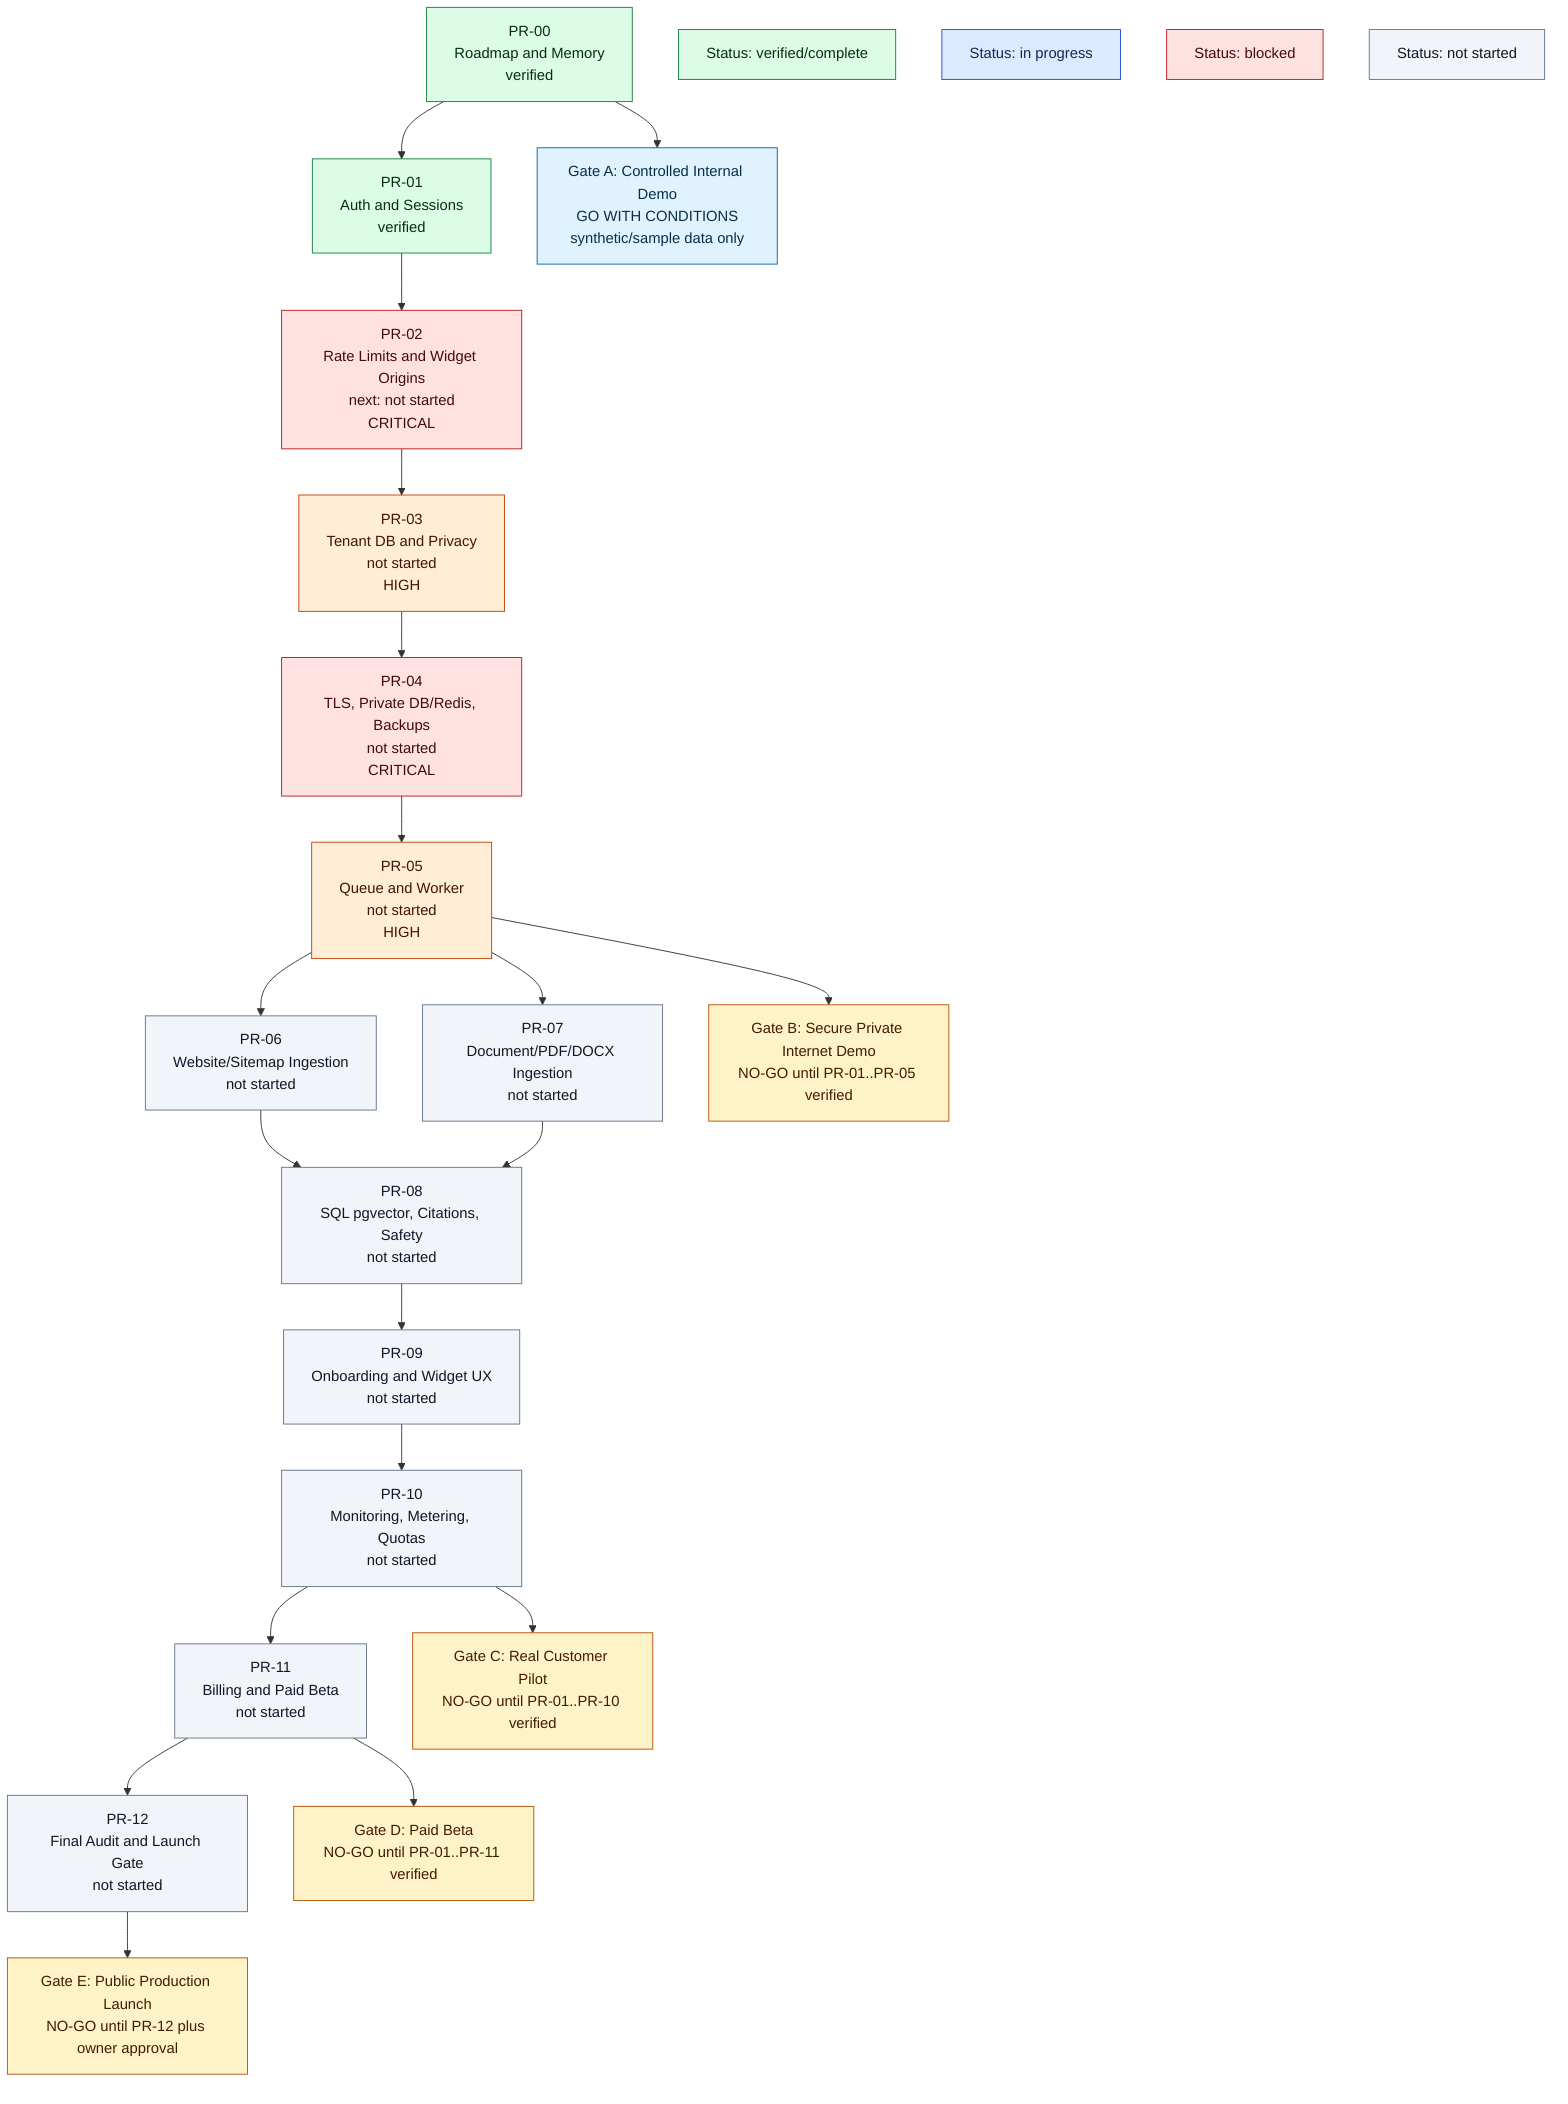
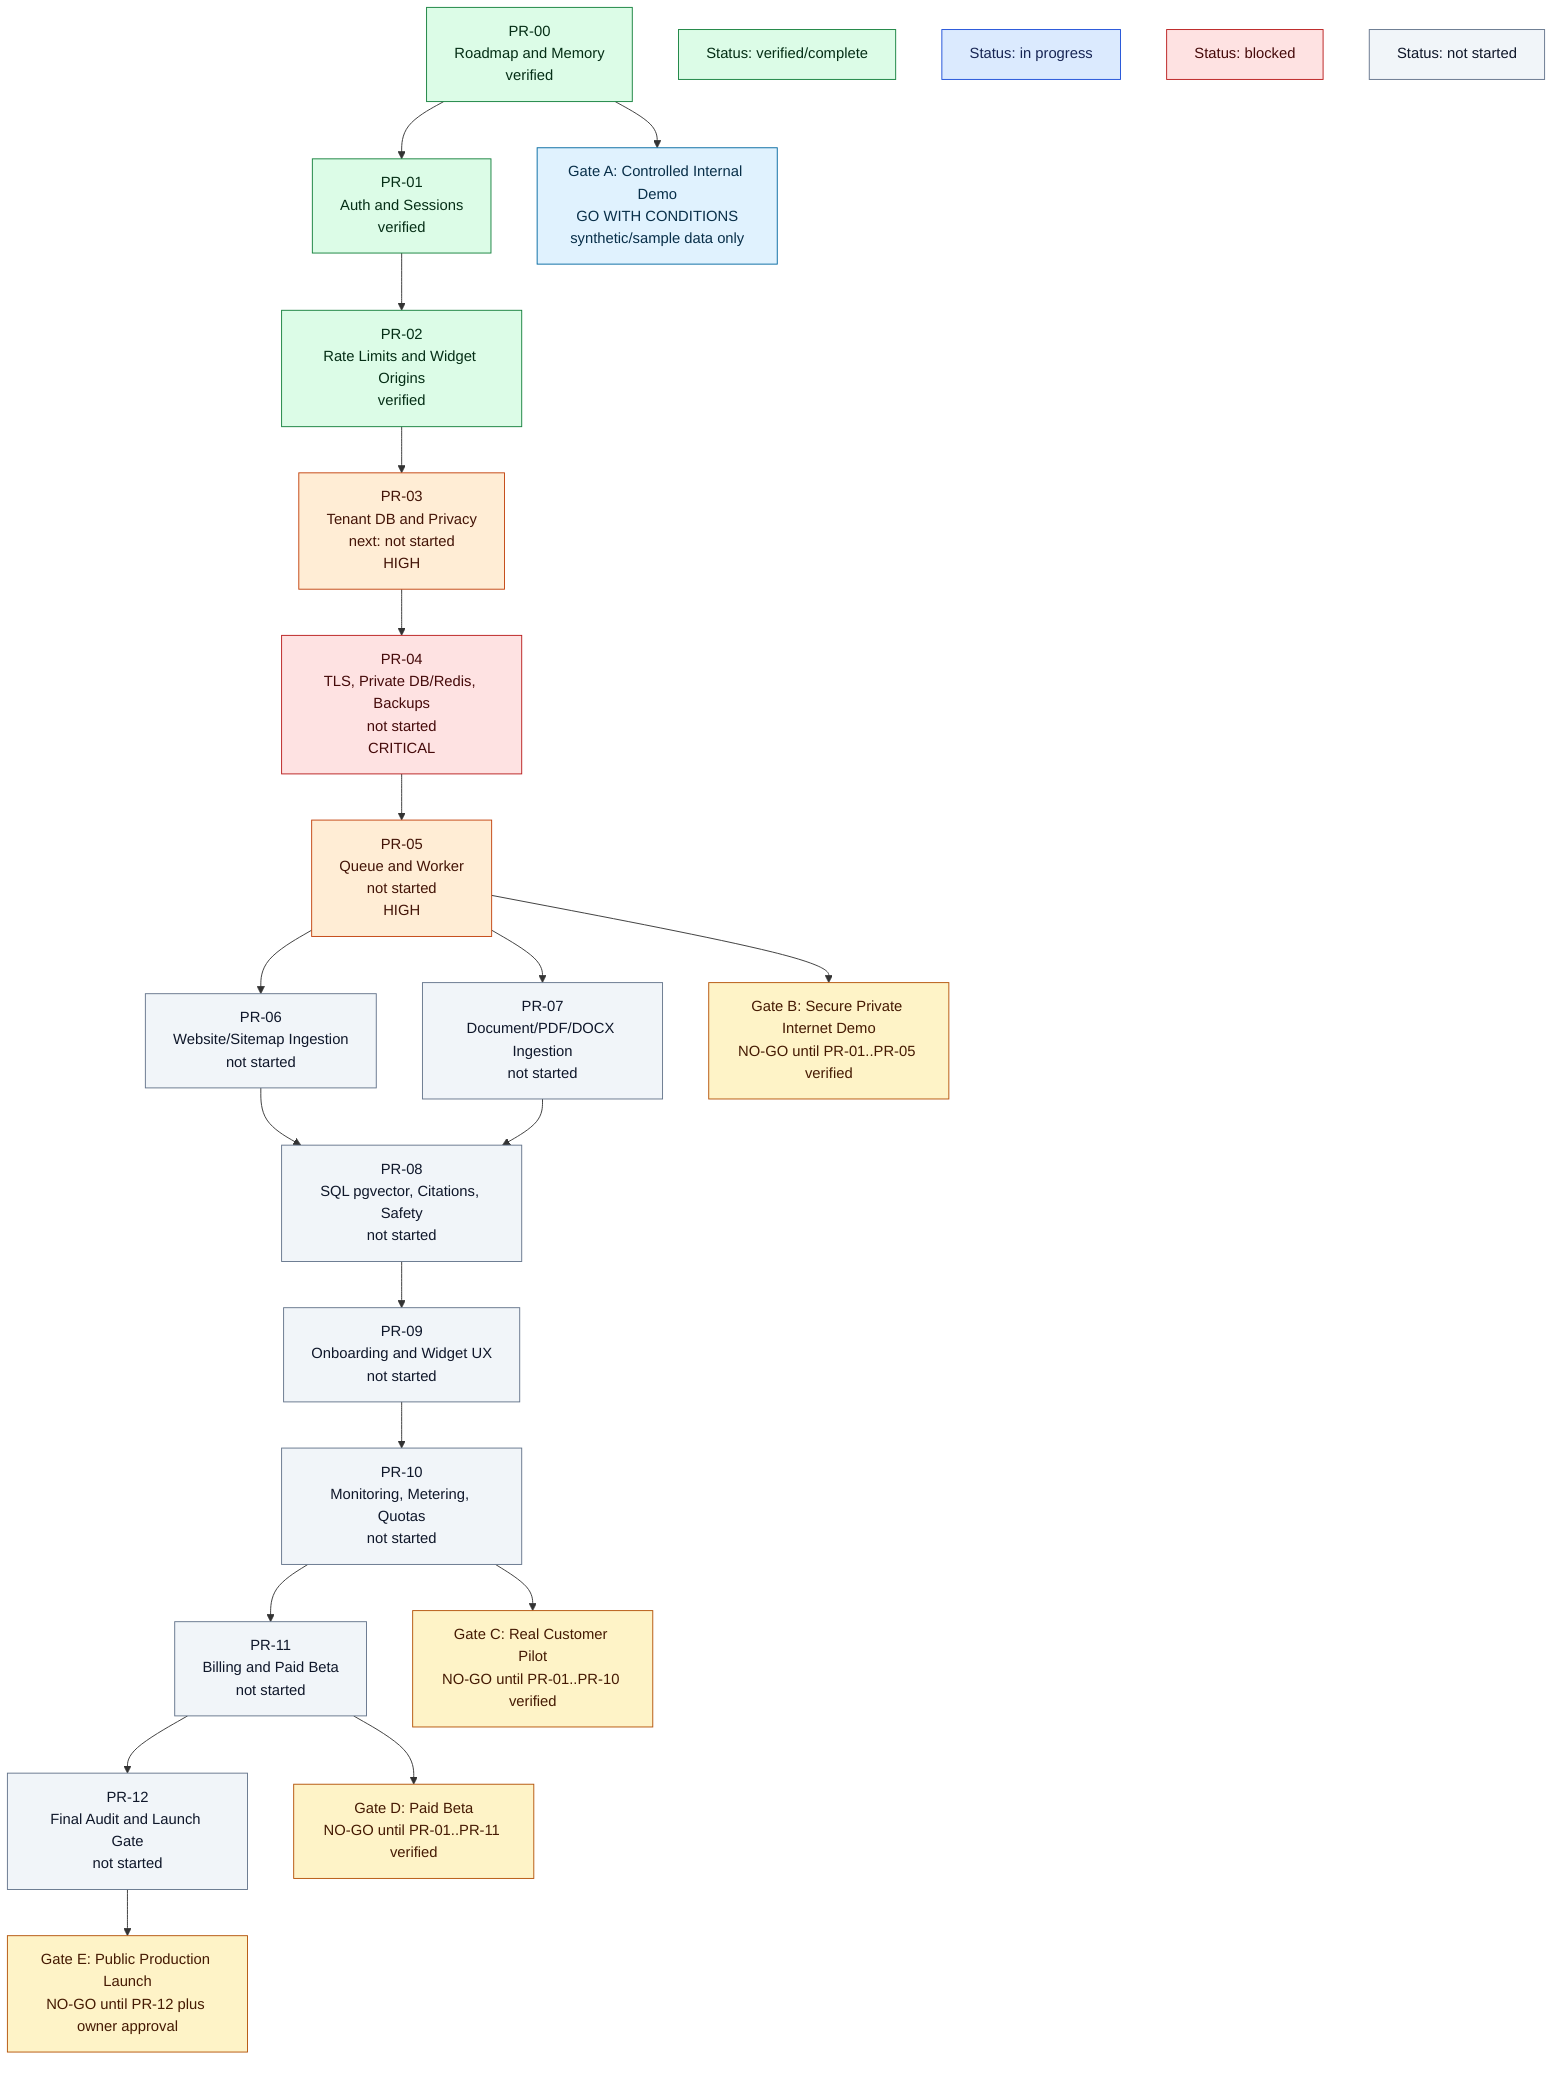
flowchart TB
    PR00["PR-00<br/>Roadmap and Memory<br/>verified"]
    PR01["PR-01<br/>Auth and Sessions<br/>verified"]
-     PR02["PR-02<br/>Rate Limits and Widget Origins<br/>next: not started<br/>CRITICAL"]
-     PR03["PR-03<br/>Tenant DB and Privacy<br/>not started<br/>HIGH"]
+     PR02["PR-02<br/>Rate Limits and Widget Origins<br/>verified"]
+     PR03["PR-03<br/>Tenant DB and Privacy<br/>next: not started<br/>HIGH"]
    PR04["PR-04<br/>TLS, Private DB/Redis, Backups<br/>not started<br/>CRITICAL"]
    PR05["PR-05<br/>Queue and Worker<br/>not started<br/>HIGH"]
    PR06["PR-06<br/>Website/Sitemap Ingestion<br/>not started"]
    PR07["PR-07<br/>Document/PDF/DOCX Ingestion<br/>not started"]
    PR08["PR-08<br/>SQL pgvector, Citations, Safety<br/>not started"]
    PR09["PR-09<br/>Onboarding and Widget UX<br/>not started"]
    PR10["PR-10<br/>Monitoring, Metering, Quotas<br/>not started"]
    PR11["PR-11<br/>Billing and Paid Beta<br/>not started"]
    PR12["PR-12<br/>Final Audit and Launch Gate<br/>not started"]

    GateA["Gate A: Controlled Internal Demo<br/>GO WITH CONDITIONS<br/>synthetic/sample data only"]
    GateB["Gate B: Secure Private Internet Demo<br/>NO-GO until PR-01..PR-05 verified"]
    GateC["Gate C: Real Customer Pilot<br/>NO-GO until PR-01..PR-10 verified"]
    GateD["Gate D: Paid Beta<br/>NO-GO until PR-01..PR-11 verified"]
    GateE["Gate E: Public Production Launch<br/>NO-GO until PR-12 plus owner approval"]
    LegendVerified["Status: verified/complete"]
    LegendProgress["Status: in progress"]
    LegendBlocked["Status: blocked"]
    LegendPending["Status: not started"]

    PR00 --> PR01 --> PR02 --> PR03 --> PR04 --> PR05
    PR05 --> PR06
    PR05 --> PR07
    PR06 --> PR08
    PR07 --> PR08
    PR08 --> PR09 --> PR10 --> PR11 --> PR12
    PR00 --> GateA
    PR05 --> GateB
    PR10 --> GateC
    PR11 --> GateD
    PR12 --> GateE

    classDef verified fill:#dcfce7,stroke:#15803d,color:#052e16
    classDef inProgress fill:#dbeafe,stroke:#1d4ed8,color:#172554
    classDef blocked fill:#fee2e2,stroke:#b91c1c,color:#450a0a
    classDef critical fill:#fee2e2,stroke:#b91c1c,color:#450a0a
    classDef high fill:#ffedd5,stroke:#c2410c,color:#431407
    classDef pending fill:#f1f5f9,stroke:#64748b,color:#0f172a
    classDef gateOk fill:#e0f2fe,stroke:#0369a1,color:#082f49
    classDef gateNo fill:#fef3c7,stroke:#b45309,color:#451a03

-     class PR00,PR01 verified
-     class PR02,PR04 critical
+     class PR00,PR01,PR02 verified
+     class PR04 critical
    class PR03,PR05 high
    class PR06,PR07,PR08,PR09,PR10,PR11,PR12 pending
    class GateA gateOk
    class GateB,GateC,GateD,GateE gateNo
    class LegendVerified verified
    class LegendProgress inProgress
    class LegendBlocked blocked
    class LegendPending pending
